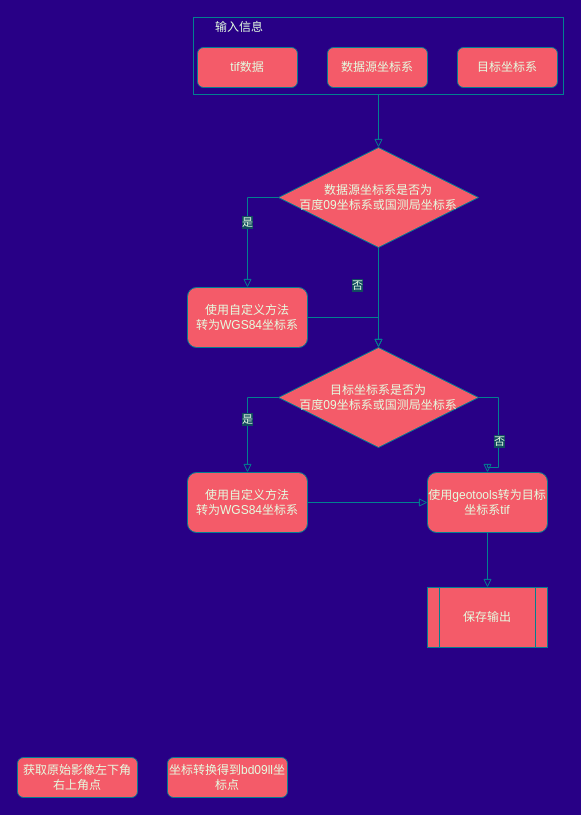
This is Untitled Diagram.drawio from ninexy/springcloudConfig, a draw.io file, before an edit. Source tidied: cells renumbered, new cells numbered last; positions are measured from the earlier drawing's top-left corner, leaving out a move shared by most shapes. Both pictures are drawn from the tidied source at 100%, with x=0, y=0 at pixel (17, 17).
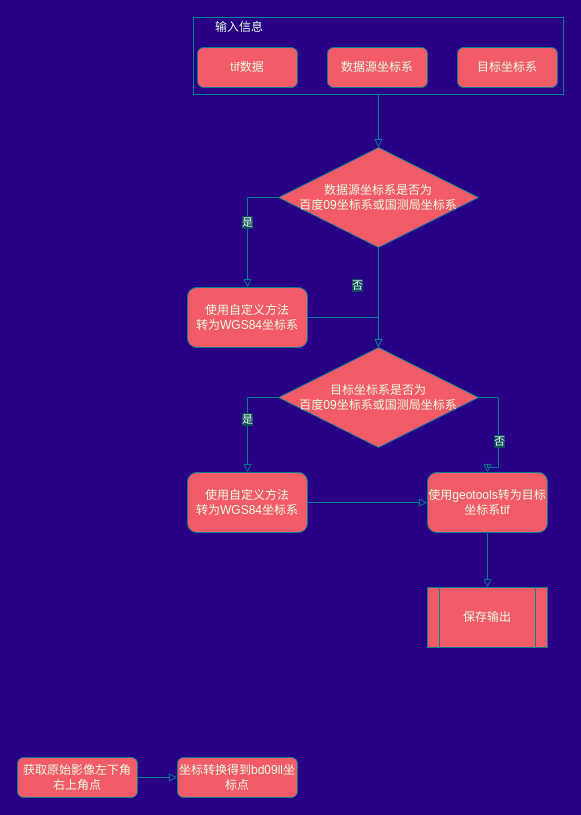
After the change.

Unchanged cells that the change refers to:
```xml
<mxCell id="24" value="获取原始影像左下角右上角点" style="rounded=1;whiteSpace=wrap;html=1;fontColor=#E4FDE1;fillColor=#F45B69;strokeColor=#028090;" parent="1" vertex="1">
  <mxGeometry y="740" width="120" height="40" as="geometry" />
</mxCell>
```

Diff of the diagram source:
```diff
@@
+    <mxCell id="26" style="edgeStyle=orthogonalEdgeStyle;rounded=0;jettySize=auto;html=1;exitX=1;exitY=0.5;exitDx=0;exitDy=0;entryX=0;entryY=0.5;entryDx=0;entryDy=0;labelBackgroundColor=#114B5F;endArrow=block;endFill=0;strokeColor=#028090;fontColor=#E4FDE1;" parent="1" edge="1" source="24" target="25">
+      <mxGeometry relative="1" as="geometry" />
+    </mxCell>
@@
     <mxCell id="25" value="坐标转换得到bd09ll坐标点" style="rounded=1;whiteSpace=wrap;html=1;fontColor=#E4FDE1;fillColor=#F45B69;strokeColor=#028090;" parent="1" vertex="1">
-      <mxGeometry x="150" y="740" width="120" height="40" as="geometry" />
+      <mxGeometry x="160" y="740" width="120" height="40" as="geometry" />
     </mxCell>
```
